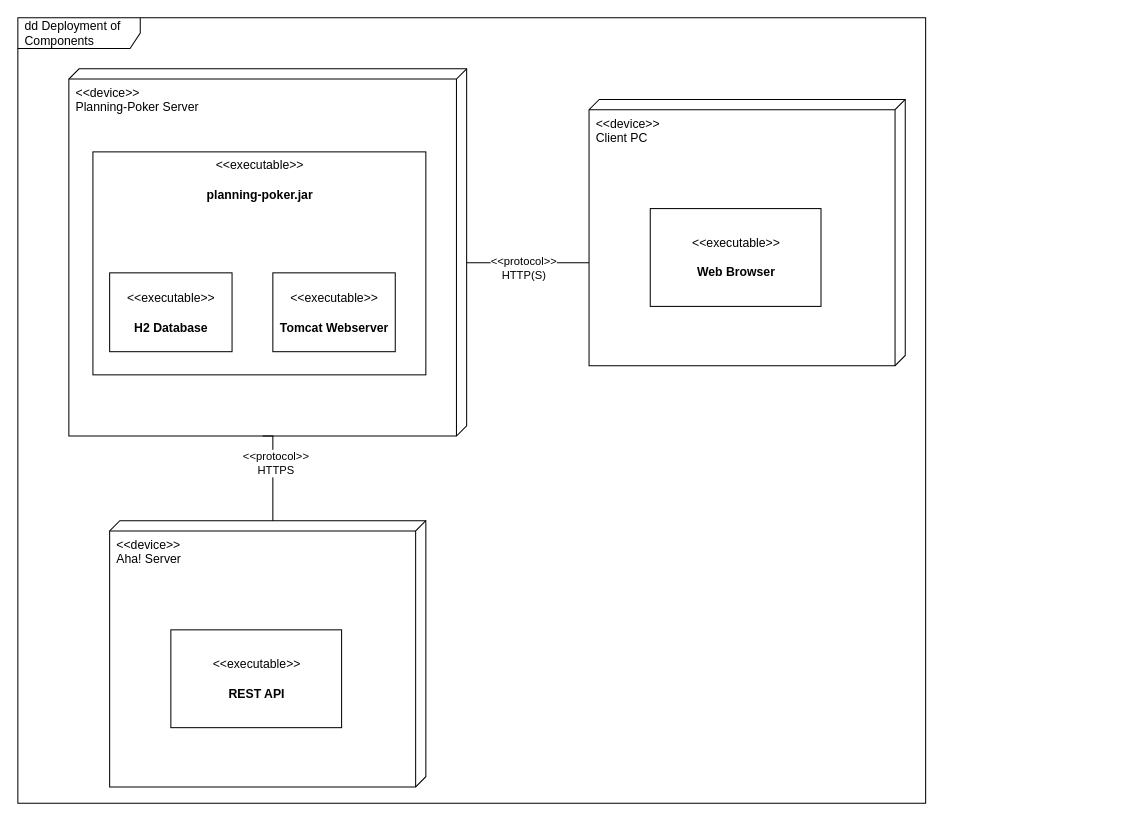
The draw.io diagram docs/deployment.drawio in RillingDev/planning-poker, before the edit. Source tidied: cells renumbered, new cells numbered last; positions are measured from the earlier drawing's top-left corner, leaving out a move shared by most shapes. Both pictures are drawn from the tidied source at 102%, with x=0, y=0 at pixel (17, 17).
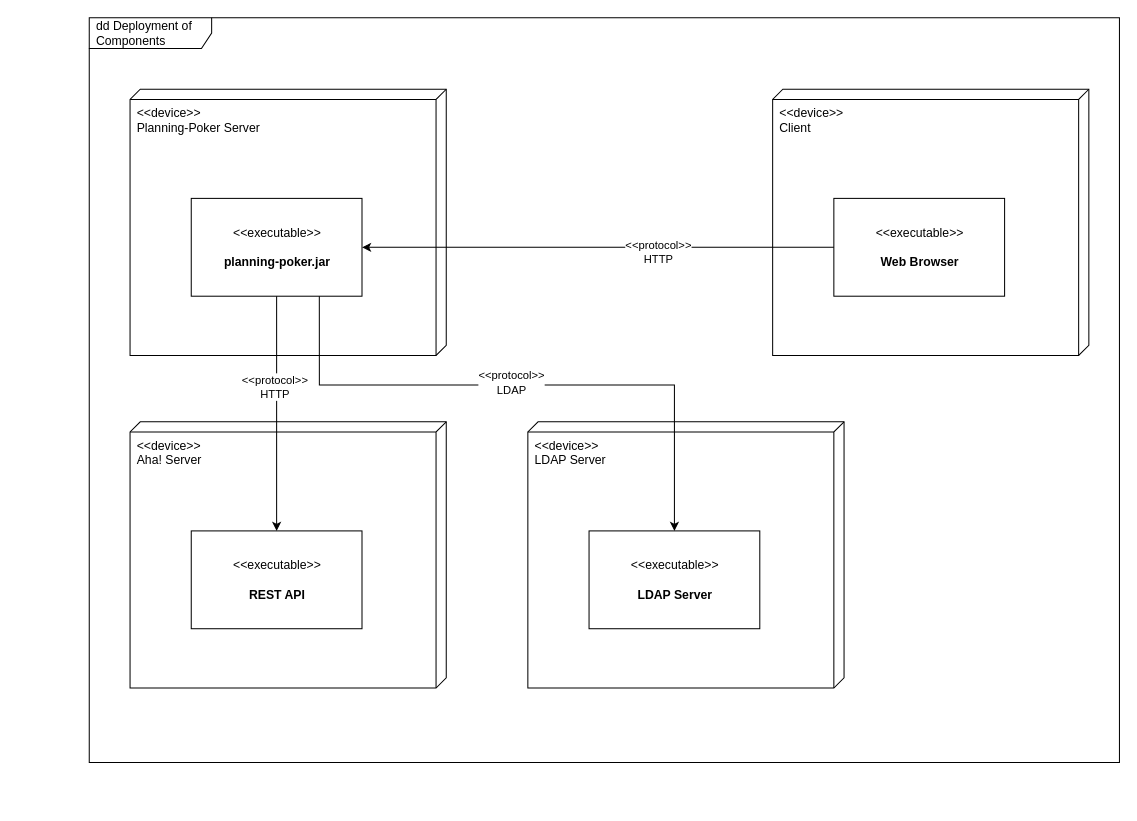
The same page after the edit.

Diff of the diagram source:
```diff
@@
 <mxGraphModel>
   <root>
     <mxCell id="0" />
     <mxCell id="1" parent="0" />
     <mxCell id="2" value="dd Deployment of Components" style="shape=umlFrame;whiteSpace=wrap;html=1;width=120;height=30;boundedLbl=1;verticalAlign=middle;align=left;spacingLeft=5;" parent="1" vertex="1">
-      <mxGeometry width="890" height="770" as="geometry" />
+      <mxGeometry x="70" width="1010" height="730" as="geometry" />
     </mxCell>
     <mxCell id="3" value="&amp;lt;&amp;lt;device&amp;gt;&amp;gt;&lt;br&gt;Planning-Poker Server" style="verticalAlign=top;align=left;shape=cube;size=10;direction=south;fontStyle=0;html=1;boundedLbl=1;spacingLeft=5;" parent="1" vertex="1">
-      <mxGeometry x="50" y="50" width="390" height="360" as="geometry" />
+      <mxGeometry x="110" y="70" width="310" height="261" as="geometry" />
     </mxCell>
-    <mxCell id="4" value="&amp;lt;&amp;lt;executable&amp;gt;&amp;gt;&lt;br&gt;&lt;br&gt;&lt;b&gt;planning-poker.jar&lt;/b&gt;" style="text;html=1;align=center;verticalAlign=top;dashed=0;fillColor=#ffffff;strokeColor=#000000;" parent="3" vertex="1">
-      <mxGeometry x="23.6" y="81.4" width="326.4" height="218.6" as="geometry" />
+    <mxCell id="4" value="&amp;lt;&amp;lt;executable&amp;gt;&amp;gt;&lt;br&gt;&lt;br&gt;&lt;b&gt;planning-poker.jar&lt;/b&gt;" style="text;html=1;align=center;verticalAlign=middle;dashed=0;fillColor=#ffffff;strokeColor=#000000;" parent="3" vertex="1">
+      <mxGeometry x="60" y="107" width="167.4" height="95.9" as="geometry" />
     </mxCell>
-    <mxCell id="5" value="&amp;lt;&amp;lt;executable&amp;gt;&amp;gt;&lt;br&gt;&lt;br&gt;&lt;b&gt;H2 Database&lt;/b&gt;" style="text;html=1;align=center;verticalAlign=middle;dashed=0;fillColor=#ffffff;strokeColor=#000000;" parent="3" vertex="1">
-      <mxGeometry x="40" y="200" width="120" height="77.3" as="geometry" />
-    </mxCell>
-    <mxCell id="6" value="&amp;lt;&amp;lt;executable&amp;gt;&amp;gt;&lt;br&gt;&lt;br&gt;&lt;b&gt;Tomcat Webserver&lt;/b&gt;" style="text;html=1;align=center;verticalAlign=middle;dashed=0;fillColor=#ffffff;strokeColor=#000000;" parent="3" vertex="1">
-      <mxGeometry x="200" y="200" width="120" height="77.3" as="geometry" />
-    </mxCell>
-    <mxCell id="7" value="&amp;lt;&amp;lt;device&amp;gt;&amp;gt;&lt;br&gt;Client PC" style="verticalAlign=top;align=left;shape=cube;size=10;direction=south;fontStyle=0;html=1;boundedLbl=1;spacingLeft=5;" parent="1" vertex="1">
-      <mxGeometry x="560" y="80" width="310" height="261" as="geometry" />
+    <mxCell id="7" value="&amp;lt;&amp;lt;device&amp;gt;&amp;gt;&lt;br&gt;Client" style="verticalAlign=top;align=left;shape=cube;size=10;direction=south;fontStyle=0;html=1;boundedLbl=1;spacingLeft=5;" parent="1" vertex="1">
+      <mxGeometry x="740" y="70" width="310" height="261" as="geometry" />
     </mxCell>
     <mxCell id="8" value="&amp;lt;&amp;lt;executable&amp;gt;&amp;gt;&lt;br&gt;&lt;br&gt;&lt;b&gt;Web Browser&lt;/b&gt;" style="text;html=1;align=center;verticalAlign=middle;dashed=0;fillColor=#ffffff;strokeColor=#000000;" parent="7" vertex="1">
       <mxGeometry x="60" y="107" width="167.4" height="95.9" as="geometry" />
     </mxCell>
-    <mxCell id="9" style="edgeStyle=orthogonalEdgeStyle;rounded=0;orthogonalLoop=1;jettySize=auto;html=1;endArrow=none;endFill=0;" parent="1" edge="1">
-      <mxGeometry relative="1" as="geometry">
-        <mxPoint x="560" y="240" as="sourcePoint" />
-        <mxPoint x="440" y="240" as="targetPoint" />
-      </mxGeometry>
+    <mxCell id="9" style="edgeStyle=orthogonalEdgeStyle;rounded=0;jettySize=auto;html=1;exitX=0;exitY=0.5;exitDx=0;exitDy=0;" parent="1" edge="1" source="8" target="4">
+      <mxGeometry relative="1" as="geometry" />
     </mxCell>
-    <mxCell id="10" value="&amp;lt;&amp;lt;protocol&amp;gt;&amp;gt;&lt;br&gt;HTTP(S)" style="edgeLabel;html=1;align=center;verticalAlign=middle;" parent="9" vertex="1">
-      <mxGeometry x="-0.25" y="5" relative="1" as="geometry">
-        <mxPoint x="-20" as="offset" />
-      </mxGeometry>
+    <mxCell id="10" value="&amp;lt;&amp;lt;protocol&amp;gt;&amp;gt;&lt;br&gt;HTTP" style="edgeLabel;html=1;align=center;verticalAlign=middle;" parent="9" vertex="1">
+      <mxGeometry x="-0.25" y="5" relative="1" as="geometry" />
     </mxCell>
     <mxCell id="11" value="&amp;lt;&amp;lt;device&amp;gt;&amp;gt;&lt;br&gt;Aha! Server" style="verticalAlign=top;align=left;shape=cube;size=10;direction=south;fontStyle=0;html=1;boundedLbl=1;spacingLeft=5;" parent="1" vertex="1">
-      <mxGeometry x="90" y="493" width="310" height="261" as="geometry" />
+      <mxGeometry x="110" y="396" width="310" height="261" as="geometry" />
     </mxCell>
     <mxCell id="12" value="&amp;lt;&amp;lt;executable&amp;gt;&amp;gt;&lt;br&gt;&lt;br&gt;&lt;b&gt;REST API&lt;/b&gt;" style="text;html=1;align=center;verticalAlign=middle;dashed=0;fillColor=#ffffff;strokeColor=#000000;" parent="11" vertex="1">
       <mxGeometry x="60" y="107" width="167.4" height="95.9" as="geometry" />
     </mxCell>
-    <mxCell id="13" style="edgeStyle=orthogonalEdgeStyle;rounded=0;jettySize=auto;html=1;endArrow=none;endFill=0;entryX=0;entryY=0;entryDx=0;entryDy=150;entryPerimeter=0;exitX=0;exitY=0;exitDx=360;exitDy=200;exitPerimeter=0;" parent="1" edge="1" source="3" target="11">
-      <mxGeometry relative="1" as="geometry">
-        <Array as="points">
-          <mxPoint x="250" y="410" />
-        </Array>
-      </mxGeometry>
+    <mxCell id="13" style="edgeStyle=orthogonalEdgeStyle;rounded=0;jettySize=auto;html=1;exitX=0.5;exitY=1;exitDx=0;exitDy=0;" parent="1" edge="1" source="4" target="12">
+      <mxGeometry relative="1" as="geometry" />
     </mxCell>
-    <mxCell id="14" value="&amp;lt;&amp;lt;protocol&amp;gt;&amp;gt;&lt;br&gt;HTTPS" style="edgeLabel;html=1;align=center;verticalAlign=middle;" parent="13" vertex="1">
-      <mxGeometry x="-0.22" y="2" relative="1" as="geometry" />
-    </mxCell>
+    <mxCell id="15" value="&amp;lt;&amp;lt;protocol&amp;gt;&amp;gt;&lt;br&gt;HTTP" style="edgeLabel;html=1;align=center;verticalAlign=middle;" parent="13" vertex="1">
+      <mxGeometry x="-0.23" y="-2" relative="1" as="geometry" />
+    </mxCell>
+    <mxCell id="16" value="&amp;lt;&amp;lt;device&amp;gt;&amp;gt;&lt;br&gt;LDAP Server" style="verticalAlign=top;align=left;shape=cube;size=10;direction=south;fontStyle=0;html=1;boundedLbl=1;spacingLeft=5;" parent="1" vertex="1">
+      <mxGeometry x="500" y="396" width="310" height="261" as="geometry" />
+    </mxCell>
+    <mxCell id="17" value="&amp;lt;&amp;lt;executable&amp;gt;&amp;gt;&lt;br&gt;&lt;br&gt;&lt;b&gt;LDAP Server&lt;/b&gt;" style="text;html=1;align=center;verticalAlign=middle;dashed=0;fillColor=#ffffff;strokeColor=#000000;" parent="16" vertex="1">
+      <mxGeometry x="60" y="107" width="167.4" height="95.9" as="geometry" />
+    </mxCell>
+    <mxCell id="18" style="edgeStyle=orthogonalEdgeStyle;rounded=0;jettySize=auto;html=1;exitX=0.75;exitY=1;exitDx=0;exitDy=0;entryX=0.5;entryY=0;entryDx=0;entryDy=0;" parent="1" edge="1" source="4" target="17">
+      <mxGeometry relative="1" as="geometry">
+        <Array as="points">
+          <mxPoint x="296" y="360" />
+          <mxPoint x="644" y="360" />
+        </Array>
+      </mxGeometry>
+    </mxCell>
+    <mxCell id="19" value="&amp;lt;&amp;lt;protocol&amp;gt;&amp;gt;&lt;br&gt;LDAP" style="edgeLabel;html=1;align=center;verticalAlign=middle;" parent="18" vertex="1">
+      <mxGeometry x="-0.05" y="3" relative="1" as="geometry" />
+    </mxCell>
   </root>
 </mxGraphModel>
```
